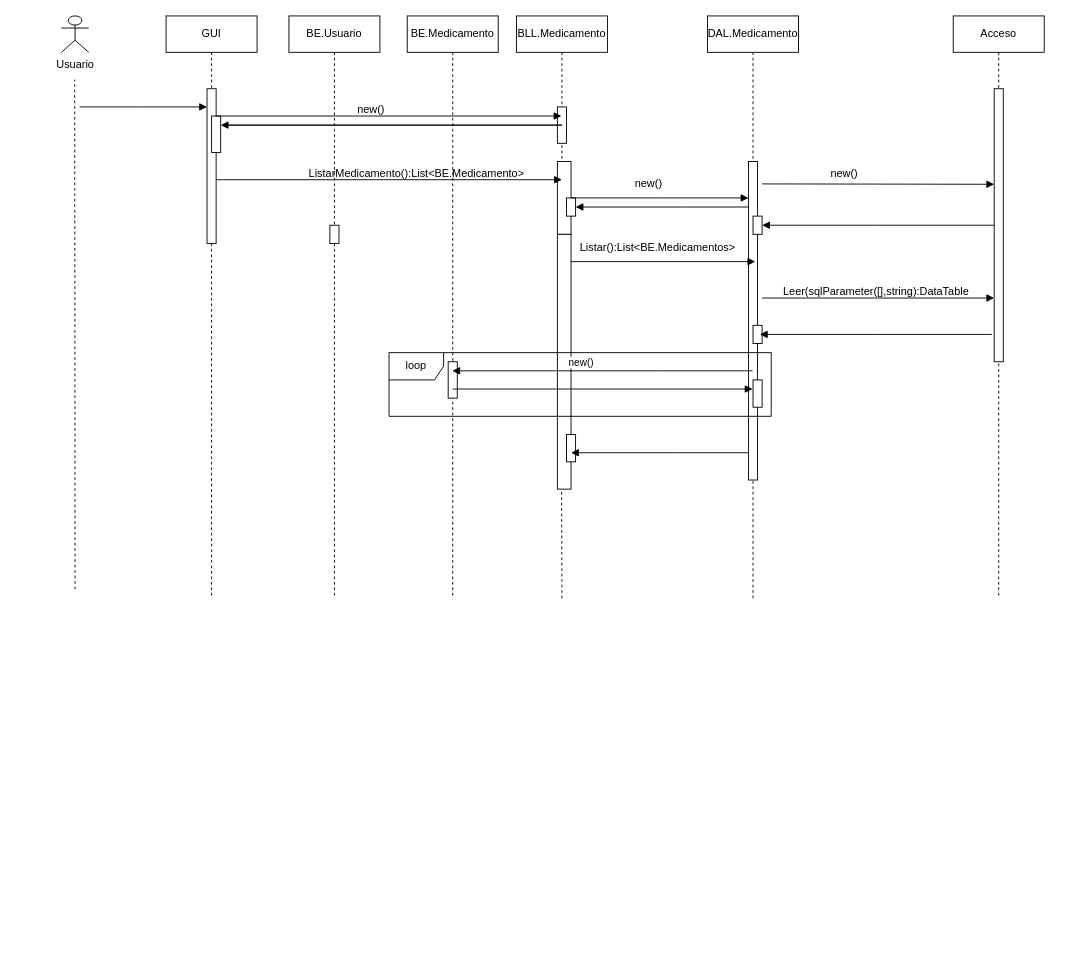
The draw.io diagram DS Venta Recetas 2p AyDSIII .drawio in phoenix1179/BD, before the edit. Source tidied: cells renumbered, new cells numbered last; positions are measured from the earlier drawing's top-left corner, leaving out a move shared by most shapes. Both pictures are drawn from the tidied source at 91%, with x=0, y=0 at pixel (61, 15).
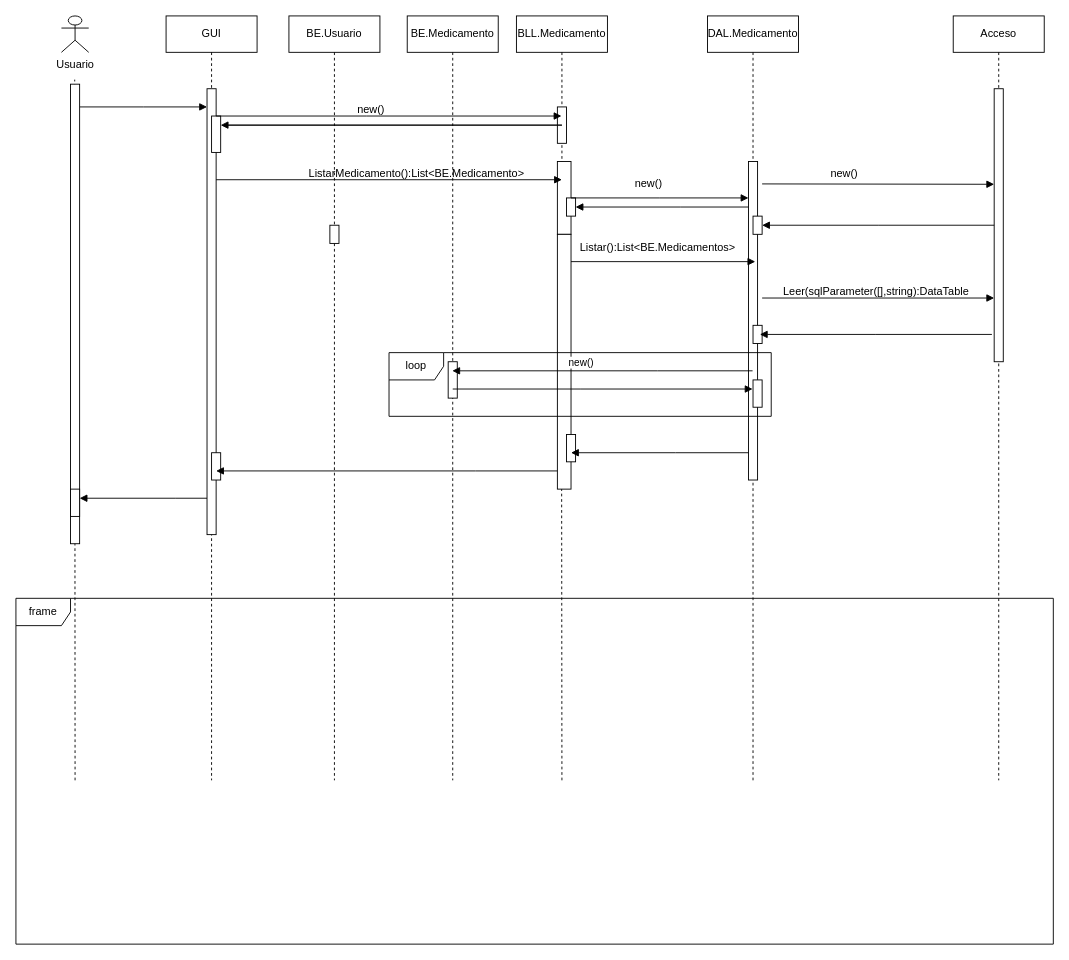
The same page after the edit.

Unchanged cells that the change refers to:
```xml
<mxCell id="13" style="html=1;points=[];perimeter=orthogonalPerimeter;outlineConnect=0;targetShapes=umlLifeline;portConstraint=eastwest;newEdgeStyle={&quot;edgeStyle&quot;:&quot;elbowEdgeStyle&quot;,&quot;elbow&quot;:&quot;vertical&quot;,&quot;curved&quot;:0,&quot;rounded&quot;:0};" parent="9" vertex="1">
  <mxGeometry x="45" y="240" width="15" height="280" as="geometry" />
</mxCell>
<mxCell id="19" style="html=1;points=[];perimeter=orthogonalPerimeter;outlineConnect=0;targetShapes=umlLifeline;portConstraint=eastwest;newEdgeStyle={&quot;edgeStyle&quot;:&quot;elbowEdgeStyle&quot;,&quot;elbow&quot;:&quot;vertical&quot;,&quot;curved&quot;:0,&quot;rounded&quot;:0};" parent="18" vertex="1">
  <mxGeometry x="45" y="160" width="10" height="350" as="geometry" />
</mxCell>
```

Change to the diagram source:
```diff
@@
     <mxCell id="2" value="GUI" style="shape=umlLifeline;perimeter=lifelinePerimeter;whiteSpace=wrap;html=1;newEdgeStyle={&quot;edgeStyle&quot;:&quot;elbowEdgeStyle&quot;,&quot;elbow&quot;:&quot;vertical&quot;,&quot;curved&quot;:0,&quot;rounded&quot;:0};" parent="1" vertex="1">
-      <mxGeometry x="115" width="100" height="640" as="geometry" />
+      <mxGeometry x="115" width="100" height="840" as="geometry" />
     </mxCell>
     <mxCell id="3" style="html=1;points=[];perimeter=orthogonalPerimeter;outlineConnect=0;targetShapes=umlLifeline;portConstraint=eastwest;newEdgeStyle={&quot;edgeStyle&quot;:&quot;elbowEdgeStyle&quot;,&quot;elbow&quot;:&quot;vertical&quot;,&quot;curved&quot;:0,&quot;rounded&quot;:0};" parent="2" vertex="1">
-      <mxGeometry x="45" y="80" width="10" height="170" as="geometry" />
+      <mxGeometry x="45" y="80" width="10" height="490" as="geometry" />
     </mxCell>
@@
+    <mxCell id="48" style="html=1;perimeter=orthogonalPerimeter;targetShapes=umlLifeline;newEdgeStyle={&quot;edgeStyle&quot;:&quot;elbowEdgeStyle&quot;,&quot;elbow&quot;:&quot;vertical&quot;,&quot;curved&quot;:0,&quot;rounded&quot;:0};" parent="2" vertex="1">
+      <mxGeometry x="50" y="480" width="10" height="30" as="geometry" />
+    </mxCell>
     <mxCell id="5" value="BE.Usuario" style="shape=umlLifeline;perimeter=lifelinePerimeter;whiteSpace=wrap;html=1;newEdgeStyle={&quot;edgeStyle&quot;:&quot;elbowEdgeStyle&quot;,&quot;elbow&quot;:&quot;vertical&quot;,&quot;curved&quot;:0,&quot;rounded&quot;:0};" parent="1" vertex="1">
-      <mxGeometry x="250" width="100" height="640" as="geometry" />
+      <mxGeometry x="250" width="100" height="840" as="geometry" />
     </mxCell>
@@
     <mxCell id="7" value="BE.Medicamento" style="shape=umlLifeline;perimeter=lifelinePerimeter;whiteSpace=wrap;html=1;outlineConnect=0;portConstraint=eastwest;newEdgeStyle={&quot;edgeStyle&quot;:&quot;elbowEdgeStyle&quot;,&quot;elbow&quot;:&quot;vertical&quot;,&quot;curved&quot;:0,&quot;rounded&quot;:0};" parent="1" vertex="1">
-      <mxGeometry x="380" width="100" height="640" as="geometry" />
+      <mxGeometry x="380" width="100" height="840" as="geometry" />
     </mxCell>
@@
     <mxCell id="17" style="endArrow=none;dashed=1;html=1;rounded=0;" parent="1" edge="1">
       <mxGeometry relative="1" as="geometry">
-        <mxPoint x="15" y="630" as="sourcePoint" />
+        <mxPoint x="15" y="840" as="sourcePoint" />
         <mxPoint x="14.6" y="70" as="targetPoint" />
       </mxGeometry>
     </mxCell>
@@
     <mxCell id="23" value="Acceso" style="shape=umlLifeline;perimeter=lifelinePerimeter;whiteSpace=wrap;html=1;newEdgeStyle={&quot;edgeStyle&quot;:&quot;elbowEdgeStyle&quot;,&quot;elbow&quot;:&quot;vertical&quot;,&quot;curved&quot;:0,&quot;rounded&quot;:0};" parent="1" vertex="1">
-      <mxGeometry x="980" width="100" height="640" as="geometry" />
+      <mxGeometry x="980" width="100" height="840" as="geometry" />
     </mxCell>
@@
     <mxCell id="38" style="endArrow=none;dashed=1;html=1;rounded=0;" parent="1" edge="1" target="19">
       <mxGeometry relative="1" as="geometry">
-        <mxPoint x="760" y="640" as="sourcePoint" />
+        <mxPoint x="760" y="840" as="sourcePoint" />
       </mxGeometry>
     </mxCell>
@@
     <mxCell id="46" style="endArrow=none;dashed=1;html=1;rounded=0;" parent="1" edge="1">
       <mxGeometry relative="1" as="geometry">
-        <mxPoint x="550" y="640" as="sourcePoint" />
+        <mxPoint x="550" y="840" as="sourcePoint" />
         <mxPoint x="549.7" y="520" as="targetPoint" />
       </mxGeometry>
     </mxCell>
@@
+    <mxCell id="49" style="html=1;verticalAlign=bottom;endArrow=block;edgeStyle=elbowEdgeStyle;elbow=vertical;curved=0;rounded=0;" parent="1" edge="1" source="13" target="3">
+      <mxGeometry relative="1" as="geometry">
+        <Array as="points">
+          <mxPoint x="455" y="500" />
+        </Array>
+      </mxGeometry>
+    </mxCell>
+    <mxCell id="50" style="html=1;perimeter=orthogonalPerimeter;targetShapes=umlLifeline;newEdgeStyle={&quot;edgeStyle&quot;:&quot;elbowEdgeStyle&quot;,&quot;elbow&quot;:&quot;vertical&quot;,&quot;curved&quot;:0,&quot;rounded&quot;:0};" parent="1" vertex="1">
+      <mxGeometry x="10" y="75" width="10" height="505" as="geometry" />
+    </mxCell>
+    <mxCell id="51" style="html=1;verticalAlign=bottom;endArrow=block;edgeStyle=elbowEdgeStyle;elbow=vertical;curved=0;rounded=0;" parent="1" edge="1" source="3">
+      <mxGeometry relative="1" as="geometry">
+        <mxPoint x="20" y="530" as="targetPoint" />
+        <Array as="points">
+          <mxPoint x="125" y="530" />
+        </Array>
+      </mxGeometry>
+    </mxCell>
+    <mxCell id="52" style="html=1;perimeter=orthogonalPerimeter;targetShapes=umlLifeline;newEdgeStyle={&quot;edgeStyle&quot;:&quot;elbowEdgeStyle&quot;,&quot;elbow&quot;:&quot;vertical&quot;,&quot;curved&quot;:0,&quot;rounded&quot;:0};" parent="1" vertex="1">
+      <mxGeometry x="10" y="520" width="10" height="30" as="geometry" />
+    </mxCell>
+    <mxCell id="53" value="frame" style="shape=umlFrame;whiteSpace=wrap;html=1;" parent="1" vertex="1">
+      <mxGeometry x="-50" y="640" width="1140" height="380" as="geometry" />
+    </mxCell>
```
